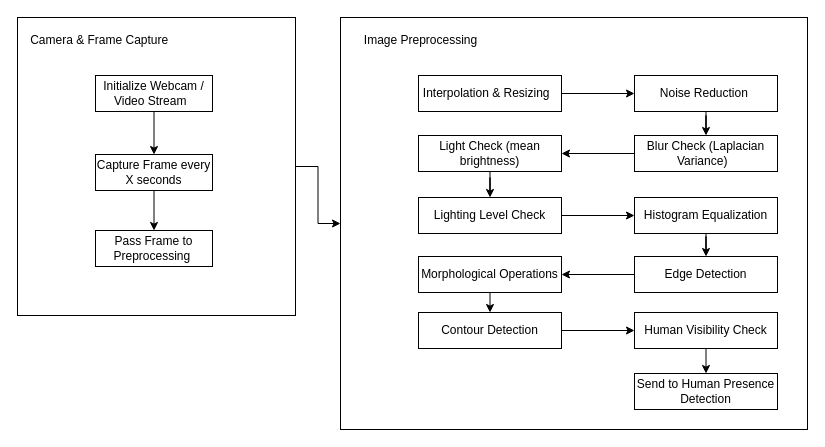
zeusXtruealpha/Yoga-Project keeps this draw.io diagram as Block Diagram/i12.drawio. Above is the earlier version. Source tidied: cells renumbered, new cells numbered last; positions are measured from the earlier drawing's top-left corner, leaving out a move shared by most shapes. Both pictures are drawn from the tidied source at 100%, with x=0, y=0 at pixel (17, 17).
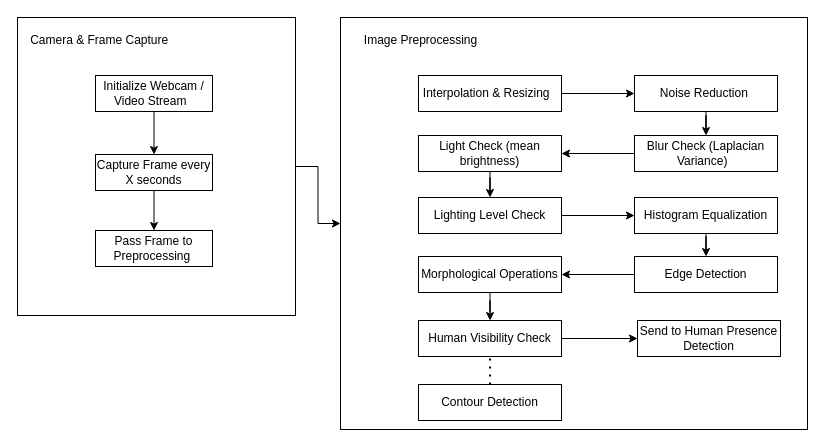
The same page after the edit.

The change refers to these unchanged cells:
```xml
<mxCell id="19" value="Morphological Operations" style="rounded=0;whiteSpace=wrap;html=1;" parent="1" vertex="1">
  <mxGeometry x="401" y="239" width="143" height="36" as="geometry" />
</mxCell>
```

Change to the diagram source:
```diff
@@
-    <mxCell id="18" style="edgeStyle=orthogonalEdgeStyle;rounded=0;jettySize=auto;html=1;exitX=0.5;exitY=1;exitDx=0;exitDy=0;entryX=0.5;entryY=0;entryDx=0;entryDy=0;" parent="1" edge="1" source="19" target="21">
-      <mxGeometry relative="1" as="geometry" />
-    </mxCell>
+    <mxCell id="33" style="edgeStyle=orthogonalEdgeStyle;rounded=0;jettySize=auto;html=1;" parent="1" edge="1" source="19" target="24">
+      <mxGeometry relative="1" as="geometry" />
+    </mxCell>
@@
-    <mxCell id="20" style="edgeStyle=orthogonalEdgeStyle;rounded=0;jettySize=auto;html=1;exitX=1;exitY=0.5;exitDx=0;exitDy=0;entryX=0;entryY=0.5;entryDx=0;entryDy=0;" parent="1" edge="1" source="21" target="24">
-      <mxGeometry relative="1" as="geometry" />
-    </mxCell>
     <mxCell id="21" value="Contour Detection" style="rounded=0;whiteSpace=wrap;html=1;" parent="1" vertex="1">
-      <mxGeometry x="401" y="295" width="143" height="36" as="geometry" />
+      <mxGeometry x="401" y="367" width="143" height="36" as="geometry" />
     </mxCell>
     <mxCell id="22" value="Send to Human Presence Detection" style="rounded=0;whiteSpace=wrap;html=1;" parent="1" vertex="1">
-      <mxGeometry x="617" y="356" width="143" height="36" as="geometry" />
+      <mxGeometry x="620" y="303" width="143" height="36" as="geometry" />
     </mxCell>
-    <mxCell id="23" style="edgeStyle=orthogonalEdgeStyle;rounded=0;jettySize=auto;html=1;exitX=0.5;exitY=1;exitDx=0;exitDy=0;entryX=0.5;entryY=0;entryDx=0;entryDy=0;" parent="1" edge="1" source="24" target="22">
+    <mxCell id="23" style="edgeStyle=orthogonalEdgeStyle;rounded=0;jettySize=auto;html=1;exitX=1;exitY=0.5;exitDx=0;exitDy=0;entryX=0;entryY=0.5;entryDx=0;entryDy=0;" parent="1" edge="1" source="24" target="22">
       <mxGeometry relative="1" as="geometry" />
     </mxCell>
     <mxCell id="24" value="Human Visibility Check" style="rounded=0;whiteSpace=wrap;html=1;" parent="1" vertex="1">
-      <mxGeometry x="617" y="295" width="143" height="36" as="geometry" />
+      <mxGeometry x="401" y="303" width="143" height="36" as="geometry" />
     </mxCell>
@@
+    <mxCell id="20" style="endArrow=none;dashed=1;html=1;dashPattern=1 3;strokeWidth=2;rounded=0;entryX=0.5;entryY=1;entryDx=0;entryDy=0;exitX=0.5;exitY=0;exitDx=0;exitDy=0;" parent="1" edge="1" source="21" target="24">
+      <mxGeometry relative="1" as="geometry" />
+    </mxCell>
```
